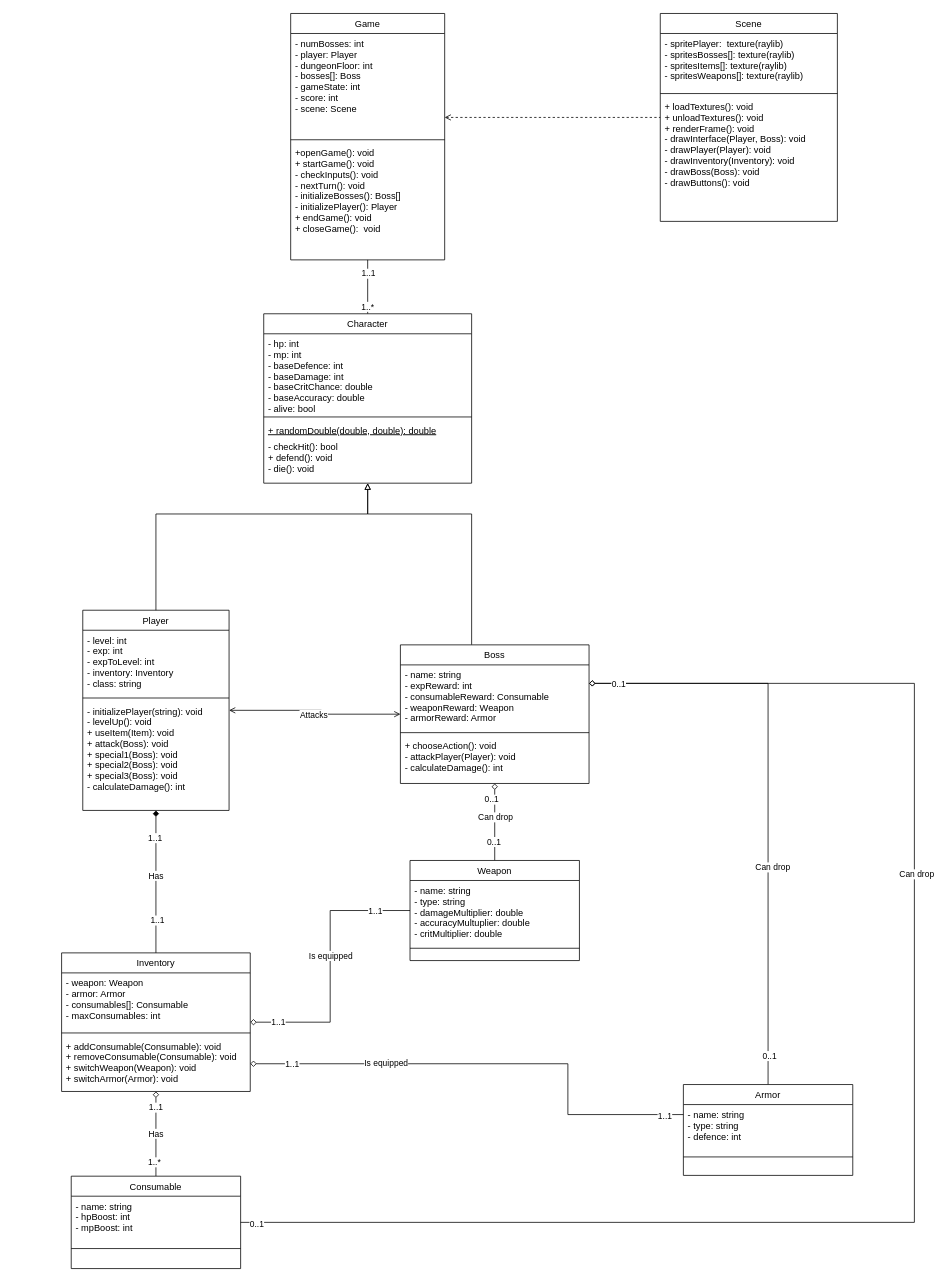
Before: docs/diagrama.drawio in Wlisk/tcp-trabalho-final, a draw.io diagram. Source tidied: cells renumbered, new cells numbered last; positions are measured from the earlier drawing's top-left corner, leaving out a move shared by most shapes. Both pictures are drawn from the tidied source at 77%, with x=0, y=0 at pixel (61, 13).
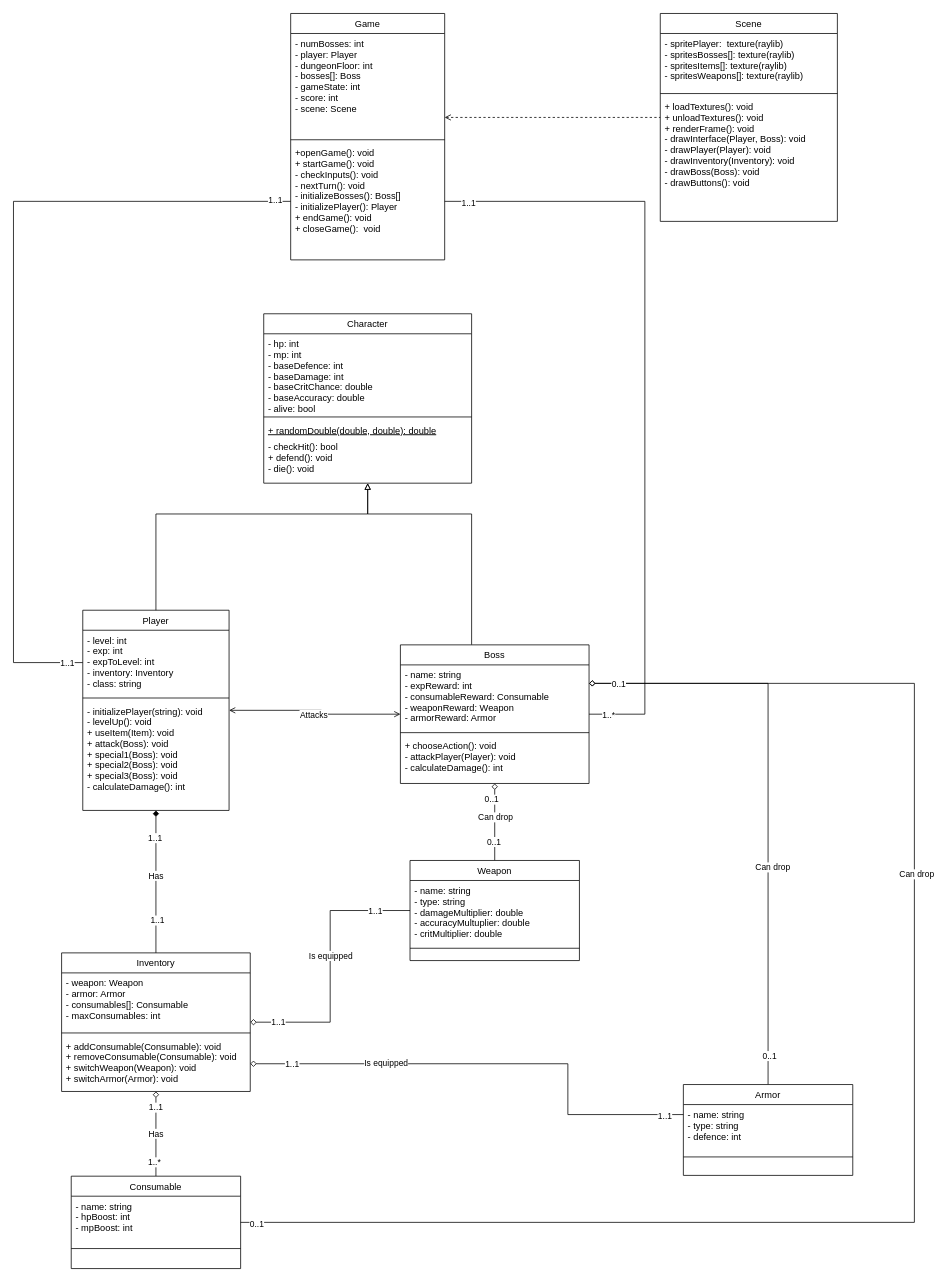
The same diagram, later.

Unchanged cells that the change refers to:
```xml
<mxCell id="5" value="Game" style="swimlane;fontStyle=0;align=center;verticalAlign=top;horizontal=1;startSize=26;rounded=0;shadow=0;strokeWidth=1;" parent="1" vertex="1">
  <mxGeometry x="298" width="200" height="320" as="geometry" />
</mxCell>
<mxCell id="8" value="+openGame(): void&#10;+ startGame(): void&#10;- checkInputs(): void&#10;- nextTurn(): void&#10;- initializeBosses(): Boss[]&#10;- initializePlayer(): Player&#10;+ endGame(): void&#10;+ closeGame():  void" style="text;align=left;verticalAlign=top;spacingLeft=4;spacingRight=4;overflow=hidden;points=[[0,0.5],[1,0.5]];portConstraint=eastwest;" parent="5" vertex="1">
  <mxGeometry y="168" width="200" height="152" as="geometry" />
</mxCell>
<mxCell id="16" value="- level: int&#10;- exp: int&#10;- expToLevel: int&#10;- inventory: Inventory&#10;- class: string" style="text;align=left;verticalAlign=top;spacingLeft=4;spacingRight=4;overflow=hidden;points=[[0,0.5],[1,0.5]];portConstraint=eastwest;" parent="15" vertex="1">
  <mxGeometry y="26" width="190" height="84" as="geometry" />
</mxCell>
<mxCell id="26" value="Character" style="swimlane;fontStyle=0;align=center;verticalAlign=top;horizontal=1;startSize=26;rounded=0;shadow=0;strokeWidth=1;" parent="1" vertex="1">
  <mxGeometry x="263" y="390" width="270" height="220" as="geometry" />
</mxCell>
<mxCell id="32" value="- name: string&#10;- expReward: int&#10;- consumableReward: Consumable&#10;- weaponReward: Weapon&#10;- armorReward: Armor" style="text;align=left;verticalAlign=top;spacingLeft=4;spacingRight=4;overflow=hidden;points=[[0,0.5],[1,0.5]];portConstraint=eastwest;" parent="31" vertex="1">
  <mxGeometry y="26" width="245" height="84" as="geometry" />
</mxCell>
```

Diff of the diagram source:
```diff
@@
-    <mxCell id="2" style="edgeStyle=orthogonalEdgeStyle;rounded=0;jettySize=auto;html=1;startArrow=none;startFill=0;endArrow=none;endFill=0;" parent="1" edge="1" source="5" target="26">
-      <mxGeometry relative="1" as="geometry" />
-    </mxCell>
-    <mxCell id="3" value="1..1" style="edgeLabel;html=1;align=center;verticalAlign=middle;" parent="2" vertex="1">
-      <mxGeometry x="-0.51" relative="1" as="geometry" />
-    </mxCell>
-    <mxCell id="4" value="1..*" style="edgeLabel;html=1;align=center;verticalAlign=middle;" parent="2" vertex="1">
-      <mxGeometry x="0.71" y="-1" relative="1" as="geometry" />
-    </mxCell>
@@
+    <mxCell id="71" style="edgeStyle=orthogonalEdgeStyle;rounded=0;jettySize=auto;html=1;endArrow=none;endFill=0;" parent="1" edge="1" source="16" target="8">
+      <mxGeometry relative="1" as="geometry">
+        <Array as="points">
+          <mxPoint x="-62" y="843" />
+          <mxPoint x="-62" y="244" />
+        </Array>
+      </mxGeometry>
+    </mxCell>
+    <mxCell id="72" value="1..1" style="edgeLabel;html=1;align=center;verticalAlign=middle;" parent="71" vertex="1">
+      <mxGeometry x="0.96" y="2" relative="1" as="geometry" />
+    </mxCell>
+    <mxCell id="73" value="1..1" style="edgeLabel;html=1;align=center;verticalAlign=middle;" parent="71" vertex="1">
+      <mxGeometry x="-0.96" relative="1" as="geometry" />
+    </mxCell>
+    <mxCell id="74" style="edgeStyle=orthogonalEdgeStyle;rounded=0;jettySize=auto;html=1;endArrow=none;endFill=0;" parent="1" edge="1" source="32" target="8">
+      <mxGeometry relative="1" as="geometry">
+        <Array as="points">
+          <mxPoint x="758" y="910" />
+          <mxPoint x="758" y="244" />
+        </Array>
+      </mxGeometry>
+    </mxCell>
+    <mxCell id="75" value="1..1" style="edgeLabel;html=1;align=center;verticalAlign=middle;" parent="74" vertex="1">
+      <mxGeometry x="0.94" y="1" relative="1" as="geometry">
+        <mxPoint x="1" as="offset" />
+      </mxGeometry>
+    </mxCell>
+    <mxCell id="4" value="1..*" style="edgeLabel;html=1;align=center;verticalAlign=middle;" parent="74" vertex="1">
+      <mxGeometry x="-0.95" y="-1" relative="1" as="geometry" />
+    </mxCell>
```
